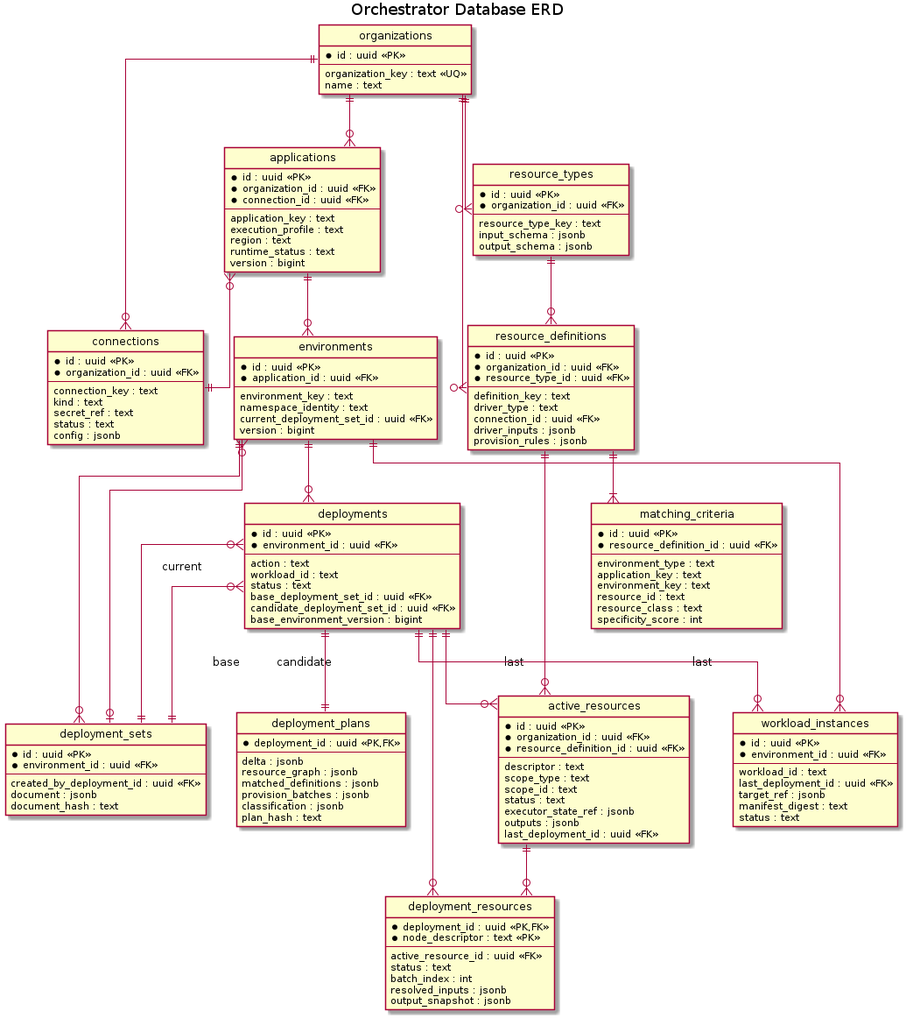
This is orchestrator_docs/architecture/database/erd.png from pr3s3nt/poc, a PlantUML export, as it was before one commit. Its source is kept beside it as orchestrator_docs/architecture/database/erd.puml.
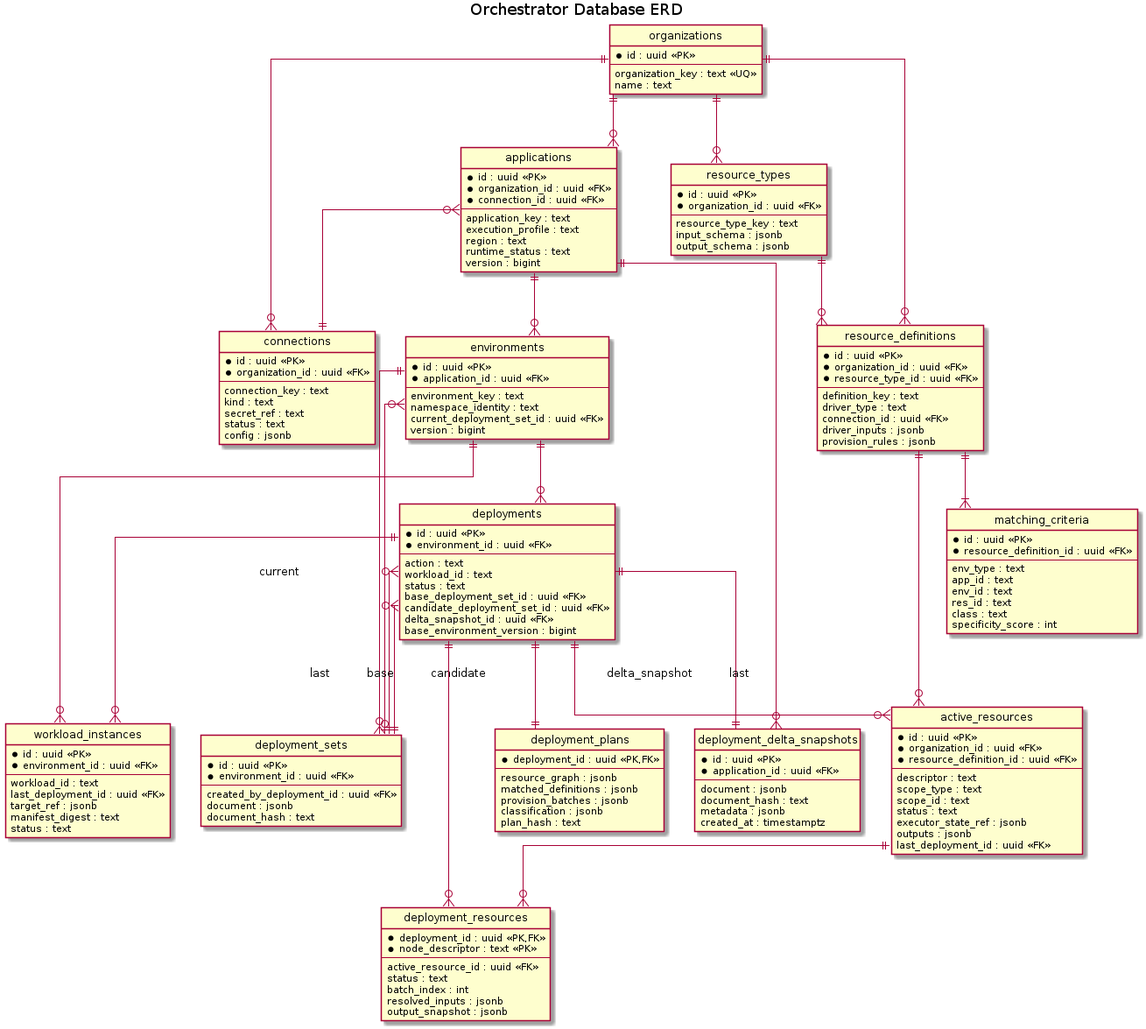
After the change.

The edit, as a diff of the source:
```diff
@@ -77,6 +77,15 @@
   document : jsonb
   document_hash : text
 }
+entity deployment_delta_snapshots {
+  * id : uuid <<PK>>
+  * application_id : uuid <<FK>>
+  --
+  document : jsonb
+  document_hash : text
+  metadata : jsonb
+  created_at : timestamptz
+}
 entity deployments {
   * id : uuid <<PK>>
   * environment_id : uuid <<FK>>
@@ -86,12 +95,12 @@
   status : text
   base_deployment_set_id : uuid <<FK>>
   candidate_deployment_set_id : uuid <<FK>>
+  delta_snapshot_id : uuid <<FK>>
   base_environment_version : bigint
 }
 entity deployment_plans {
   * deployment_id : uuid <<PK,FK>>
   --
-  delta : jsonb
   resource_graph : jsonb
   matched_definitions : jsonb
   provision_batches : jsonb
@@ -138,6 +147,7 @@
 organizations ||--o{ resource_definitions
 applications }o--|| connections
 applications ||--o{ environments
+applications ||--o{ deployment_delta_snapshots
 environments ||--o{ deployment_sets
 environments ||--o{ deployments
 environments ||--o{ workload_instances
@@ -147,6 +157,7 @@
 deployments ||--|| deployment_plans
 deployments }o--|| deployment_sets : base
 deployments }o--|| deployment_sets : candidate
+deployments ||--|| deployment_delta_snapshots : delta_snapshot
 deployments ||--o{ deployment_resources
 resource_definitions ||--o{ active_resources
 active_resources ||--o{ deployment_resources
```
